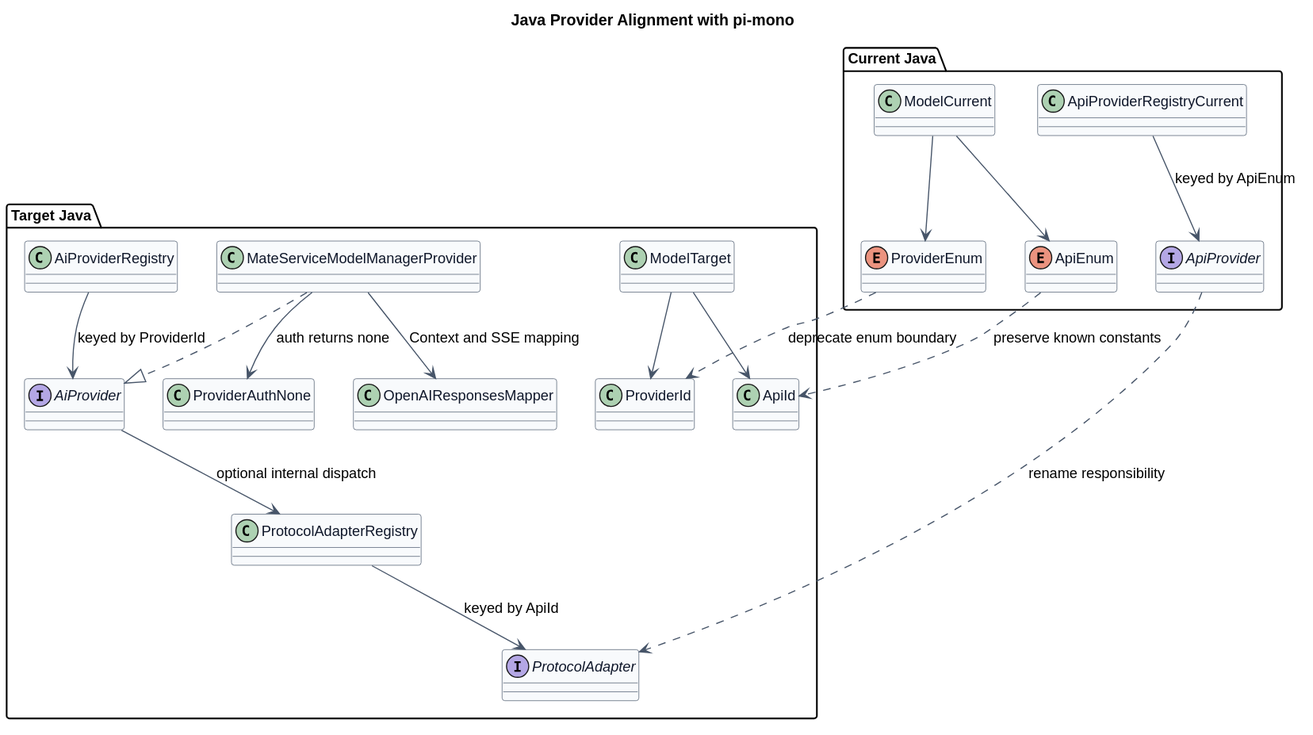
Earlier version of the PlantUML export model-manager-provider-contract/java_provider_alignment.svg (ssm0808/pi-mono-java-design).
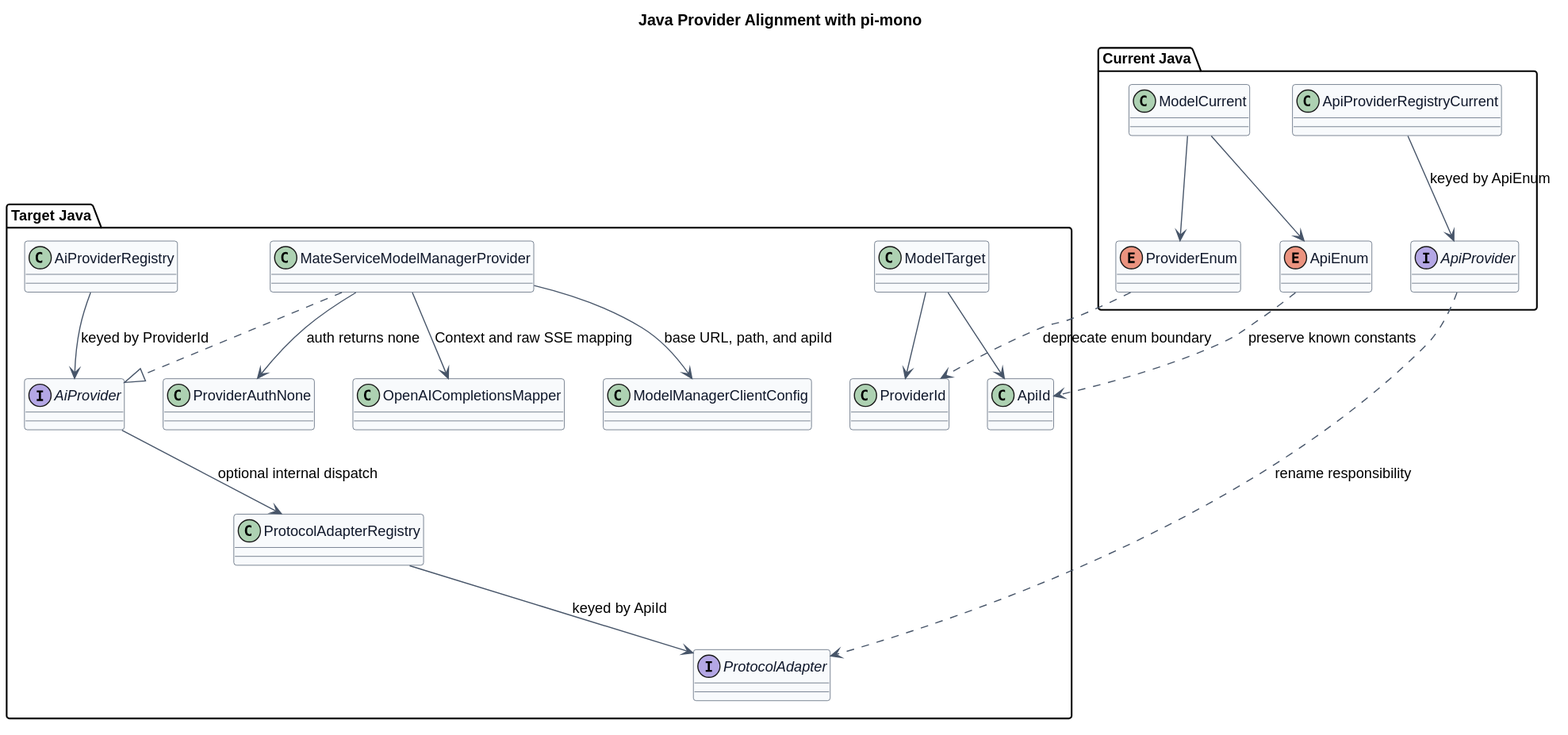
Later version of the same file.

The edit, as a diff of the source:
```diff
@@ -34,7 +34,8 @@
   class ProtocolAdapterRegistry
   class ProviderAuthNone
   class MateServiceModelManagerProvider
-  class OpenAIResponsesMapper
+  class OpenAICompletionsMapper
+  class ModelManagerClientConfig
   ModelTarget --> ProviderId
   ModelTarget --> ApiId
   AiProviderRegistry --> AiProvider : keyed by ProviderId
@@ -42,7 +43,8 @@
   ProtocolAdapterRegistry --> ProtocolAdapter : keyed by ApiId
   MateServiceModelManagerProvider ..|> AiProvider
   MateServiceModelManagerProvider --> ProviderAuthNone : auth returns none
-  MateServiceModelManagerProvider --> OpenAIResponsesMapper : Context and SSE mapping
+  MateServiceModelManagerProvider --> OpenAICompletionsMapper : Context and raw SSE mapping
+  MateServiceModelManagerProvider --> ModelManagerClientConfig : base URL, path, and apiId
 }
 
 ProviderEnum ..> ProviderId : deprecate enum boundary
```
